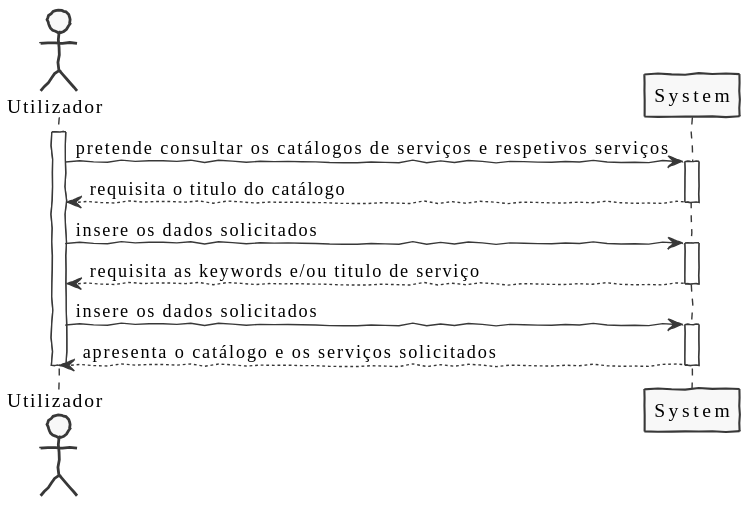
Above: docs/US3001/SSD3001.svg in pedrolemos4/LAPR4 (PlantUML), before the change.
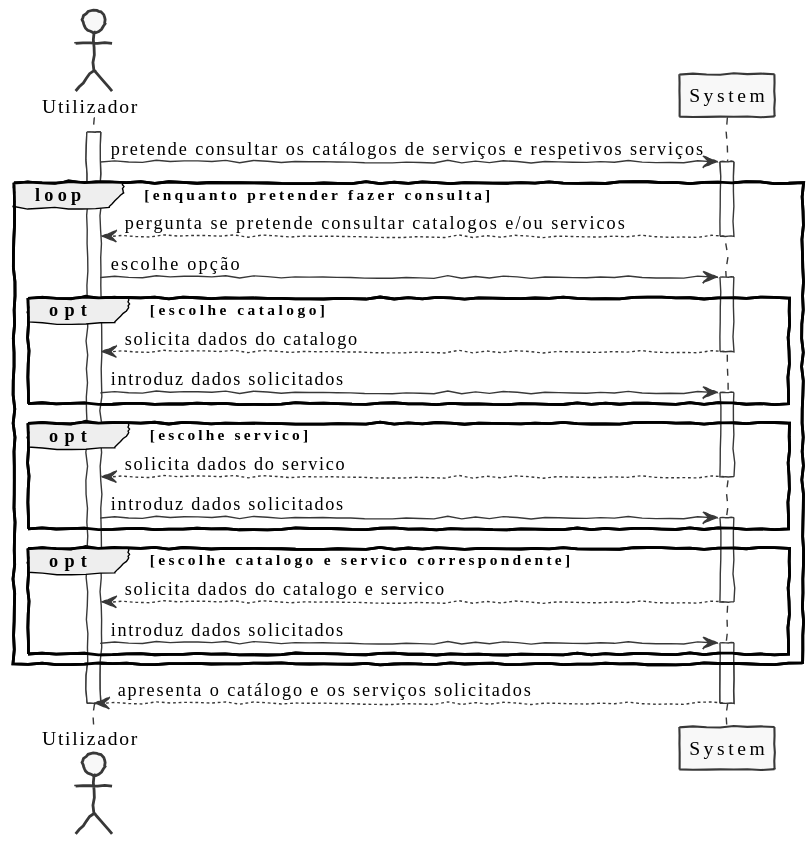
Above is the later version.

Diff of the diagram source:
```diff
@@ -9,15 +9,33 @@
 participant System as System
 activate Actor
 Actor -> System: pretende consultar os catálogos de serviços e respetivos serviços
+loop enquanto pretender fazer consulta
 activate System
-System --> Actor: requisita o titulo do catálogo
+System --> Actor: pergunta se pretende consultar catalogos e/ou servicos
 deactivate System
-Actor -> System: insere os dados solicitados
+Actor -> System: escolhe opção
+opt escolhe catalogo
 activate System
-System --> Actor: requisita as keywords e/ou titulo de serviço
+System --> Actor: solicita dados do catalogo
 deactivate System
-Actor -> System: insere os dados solicitados
+Actor -> System: introduz dados solicitados
 activate System
+end
+opt escolhe servico
+activate System
+System --> Actor: solicita dados do servico
+deactivate System
+Actor -> System: introduz dados solicitados
+activate System
+end
+opt escolhe catalogo e servico correspondente
+activate System
+System --> Actor: solicita dados do catalogo e servico
+deactivate System
+Actor -> System: introduz dados solicitados
+activate System
+end
+end
 System --> Actor: apresenta o catálogo e os serviços solicitados
 deactivate System
 deactivate Actor
```
